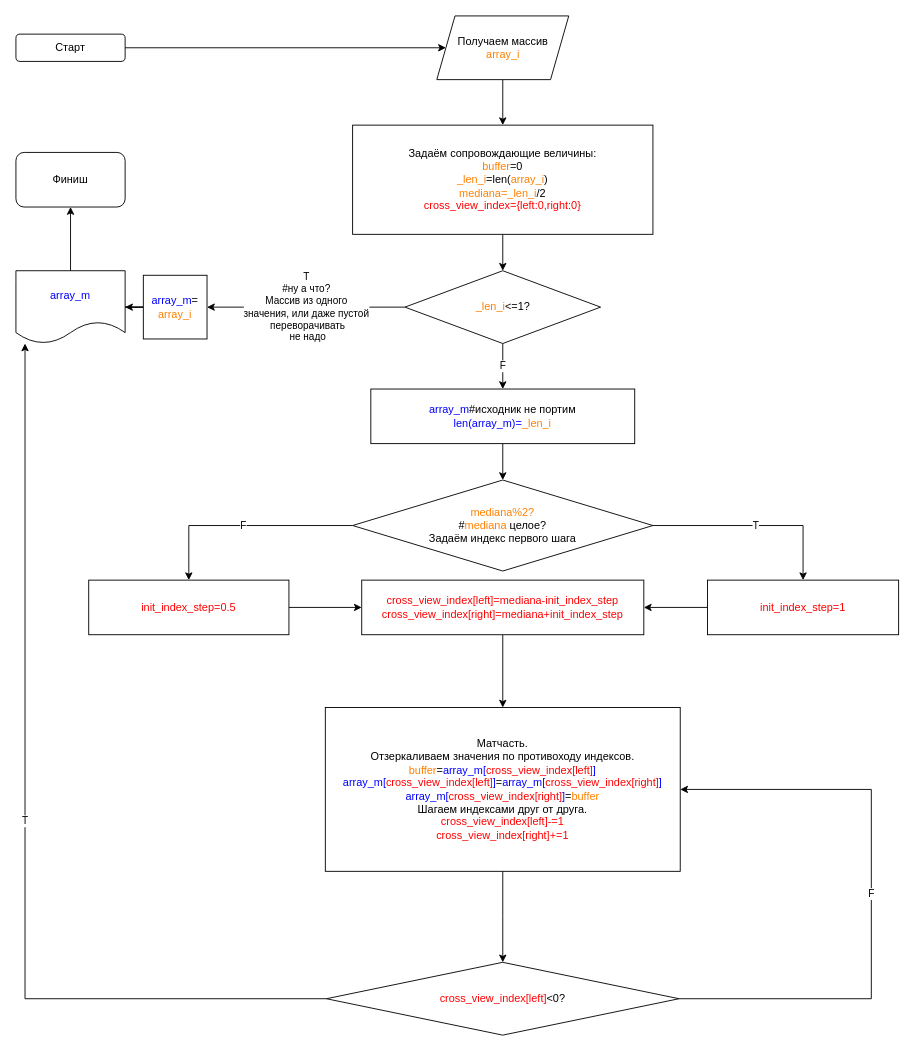
Before: 09-09-22/1/_tz#1.drawio in am1bestofluck/gb_devpy0922, a draw.io diagram. Source tidied: cells renumbered, new cells numbered last; positions are measured from the earlier drawing's top-left corner, leaving out a move shared by most shapes. Both pictures are drawn from the tidied source at 91%, with x=0, y=0 at pixel (15, 15).
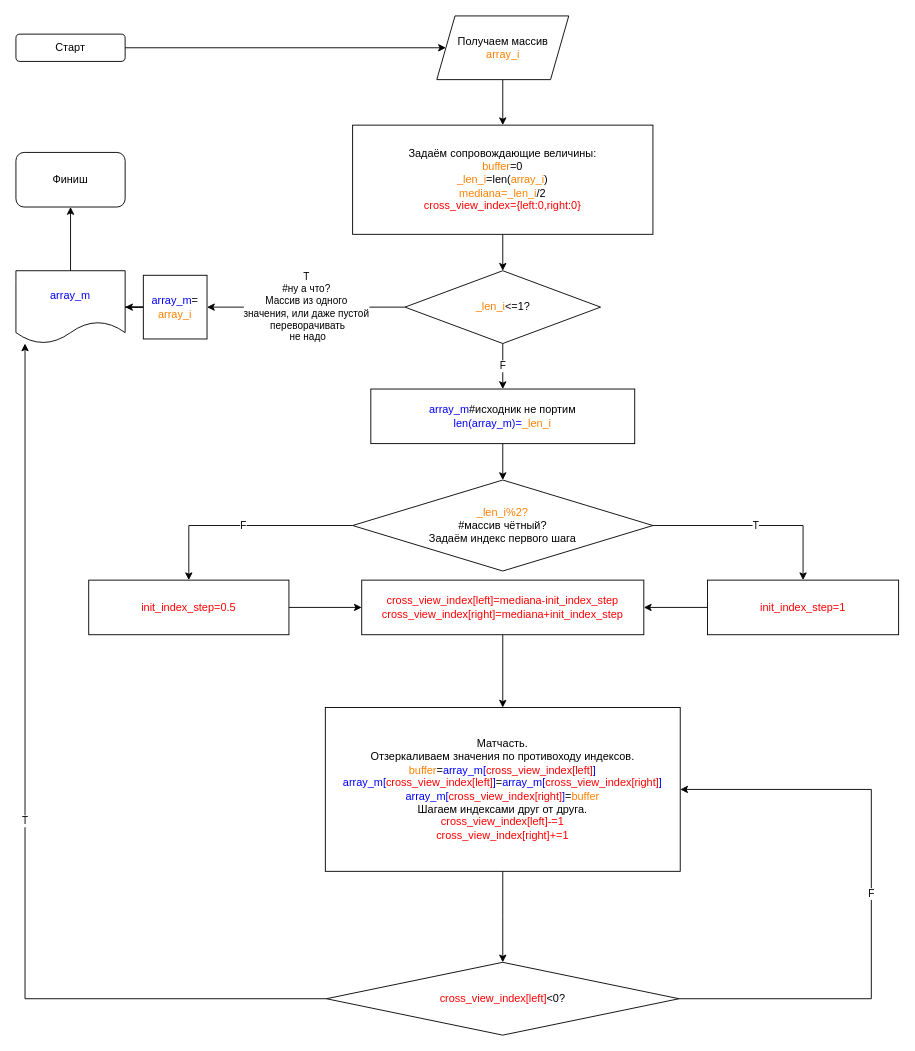
The same diagram, later.

Commit message (it also covers changes not shown here):
фиксы блок-схемы, код 2ого задания

The edit, as a diff of the source:
```diff
@@
-    <mxCell id="10" value="&lt;font color=&quot;#ff8000&quot;&gt;mediana%2?&lt;/font&gt;&lt;br&gt;#&lt;font color=&quot;#ff8000&quot;&gt;mediana&lt;/font&gt; целое?&lt;br&gt;Задаём индекс первого шага" style="rhombus;whiteSpace=wrap;html=1;" parent="1" vertex="1">
+    <mxCell id="10" value="&lt;font color=&quot;#ff8000&quot;&gt;_len_i%2?&lt;/font&gt;&lt;br&gt;#массив чётный?&lt;br&gt;Задаём индекс первого шага" style="rhombus;whiteSpace=wrap;html=1;" parent="1" vertex="1">
       <mxGeometry x="370" y="510" width="330" height="100" as="geometry" />
     </mxCell>
```
